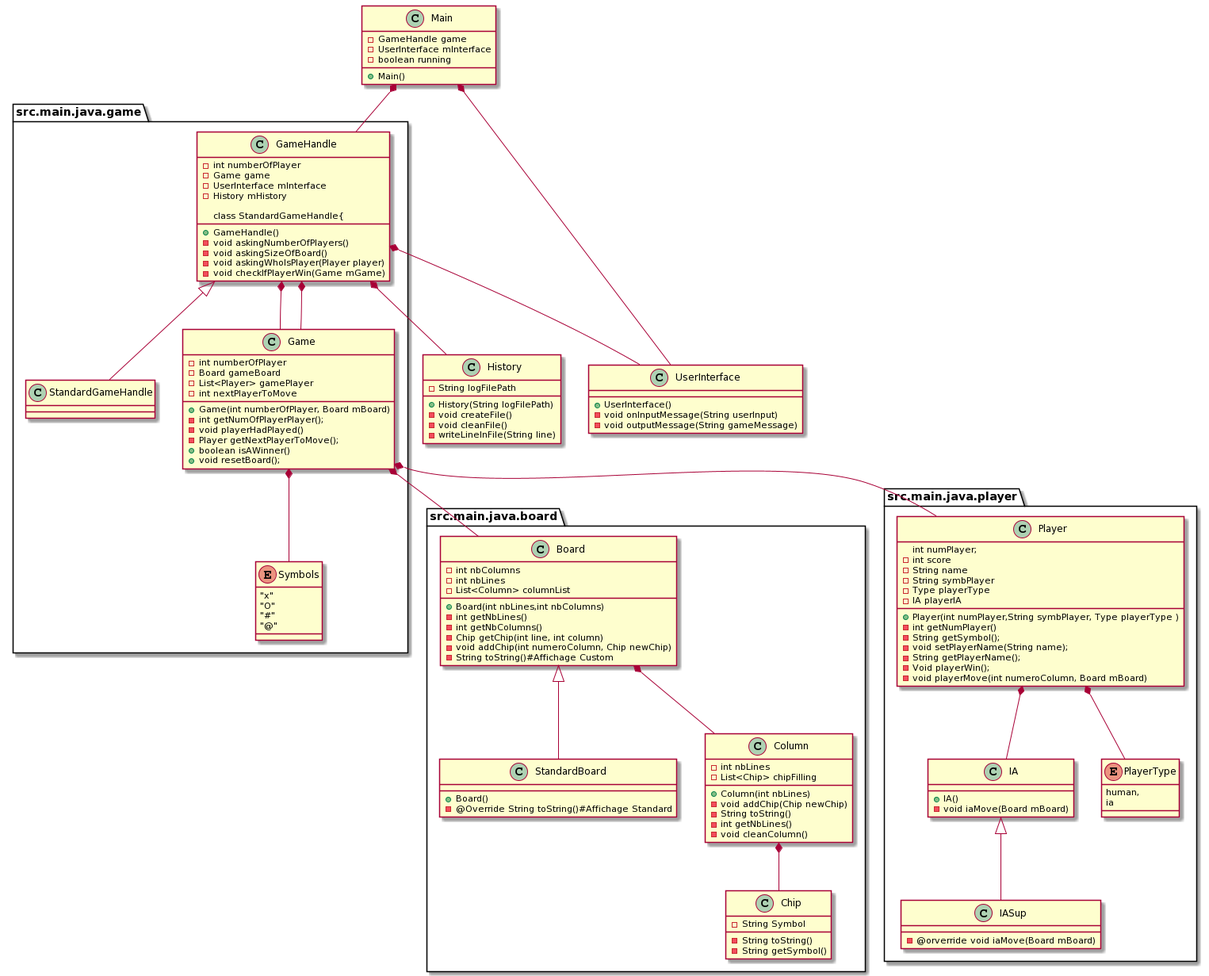
ThibautRobinet/Projet-PG220 keeps this PlantUML diagram as Organisation/diagramme.png. Above is the earlier version.
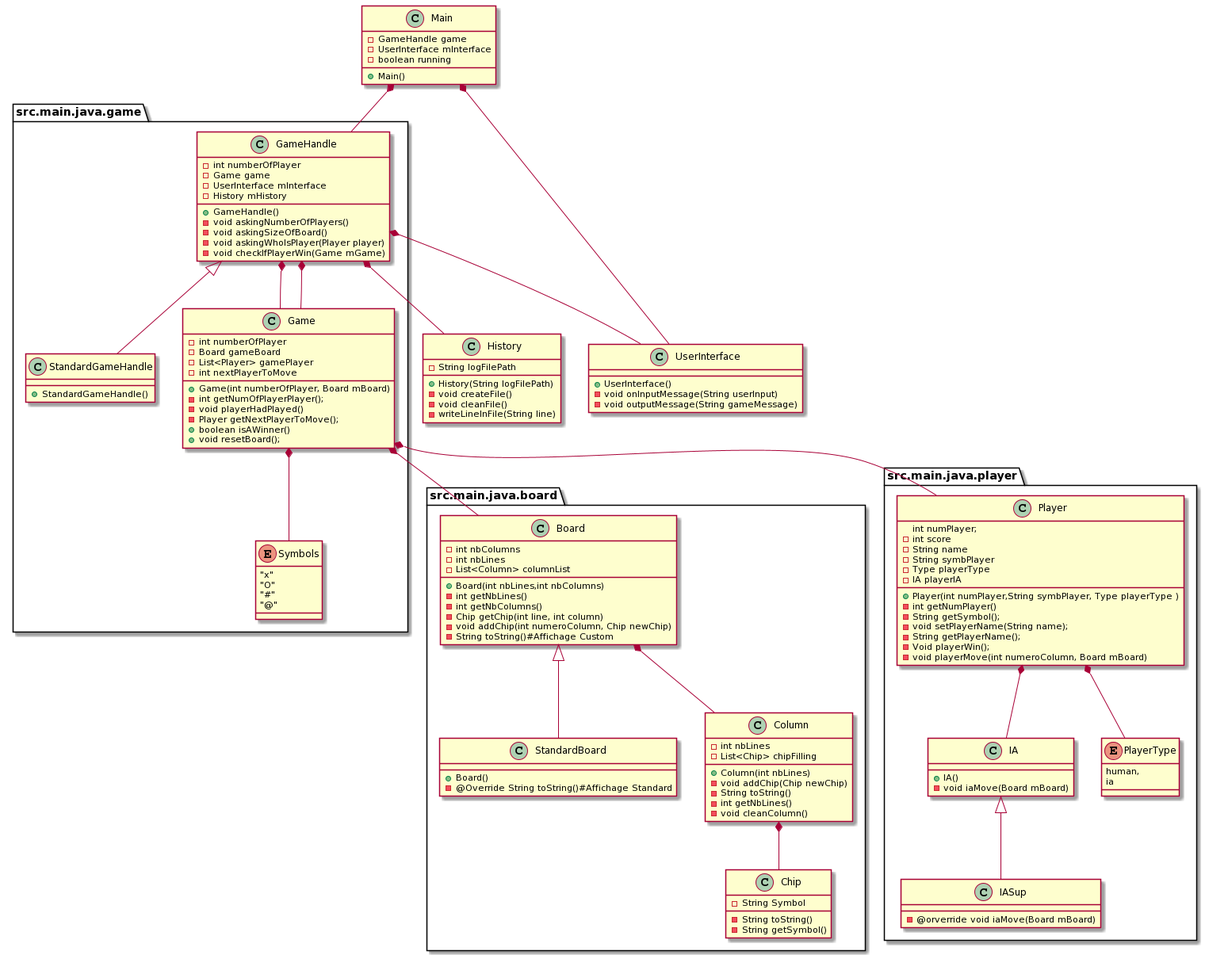
After the commit.

The edit, as a diff of the source:
```diff
@@ -58,8 +58,9 @@
 -void askingSizeOfBoard()
 -void askingWhoIsPlayer(Player player)
 -void checkIfPlayerWin(Game mGame)
-
+}
 class StandardGameHandle{
++StandardGameHandle()
 }
 
 enum Symbols {
```
